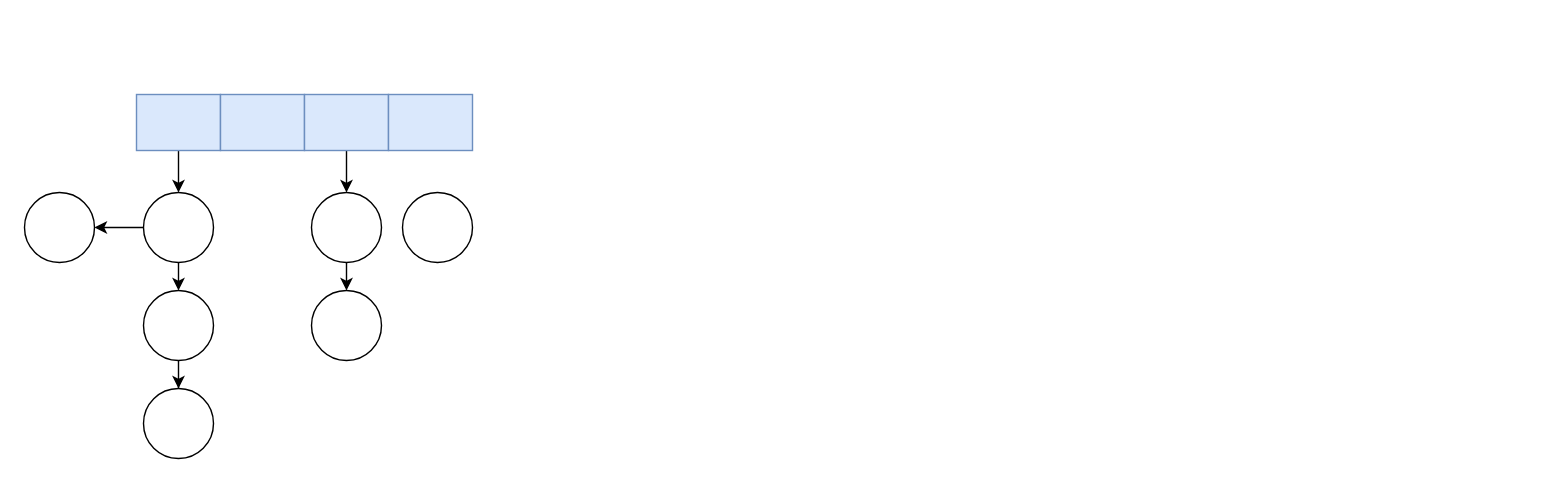
The draw.io diagram jvm/三色标记.drawio in erlieStar/diagrams, before the edit. Source tidied: cells renumbered, new cells numbered last; positions are measured from the earlier drawing's top-left corner, leaving out a move shared by most shapes. Both pictures are drawn from the tidied source at 140%, with x=0, y=0 at pixel (24, 94).
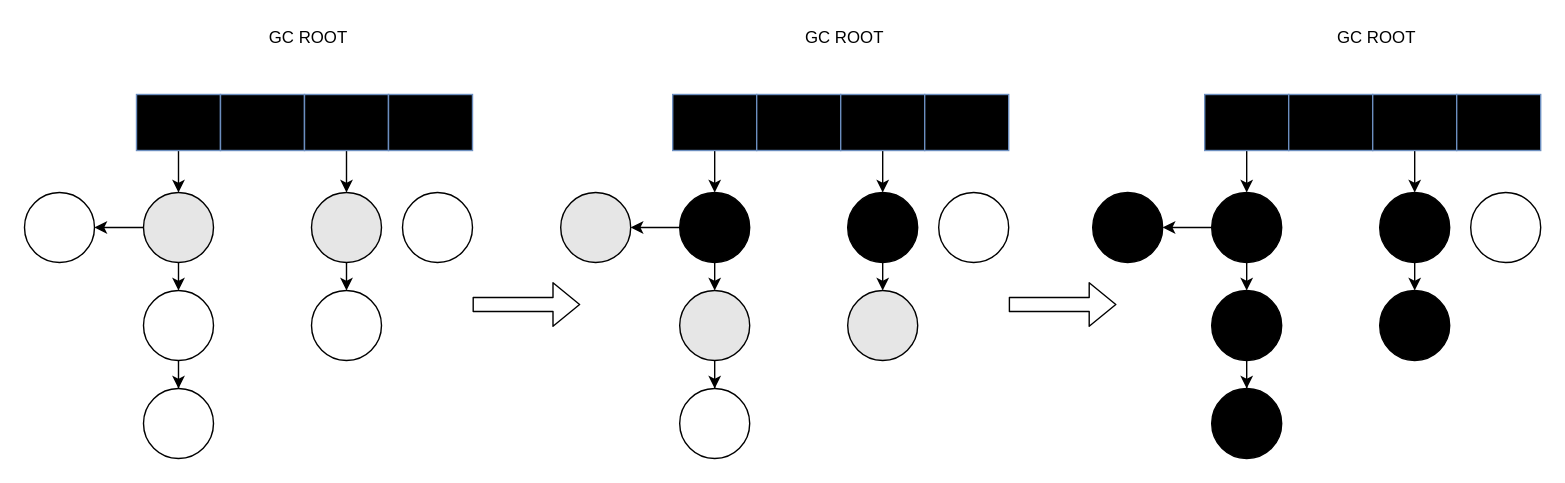
After the change.

Change to the diagram source:
```diff
@@
-    <mxCell id="4" style="ellipse;whiteSpace=wrap;html=1;" parent="1" vertex="1">
+    <mxCell id="4" style="ellipse;whiteSpace=wrap;html=1;fillColor=#E6E6E6;" parent="1" vertex="1">
       <mxGeometry x="85" y="70" width="50" height="50" as="geometry" />
     </mxCell>
@@
-    <mxCell id="10" style="ellipse;whiteSpace=wrap;html=1;" parent="1" vertex="1">
+    <mxCell id="10" style="ellipse;whiteSpace=wrap;html=1;fillColor=#E6E6E6;" parent="1" vertex="1">
       <mxGeometry x="205" y="70" width="50" height="50" as="geometry" />
     </mxCell>
@@
-    <mxCell id="14" style="rounded=0;whiteSpace=wrap;html=1;fillColor=#dae8fc;strokeColor=#6c8ebf;" parent="1" vertex="1">
+    <mxCell id="14" style="rounded=0;whiteSpace=wrap;html=1;strokeColor=#6c8ebf;fillColor=#000000;" parent="1" vertex="1">
       <mxGeometry x="80" width="60" height="40" as="geometry" />
     </mxCell>
-    <mxCell id="15" style="rounded=0;whiteSpace=wrap;html=1;fillColor=#dae8fc;strokeColor=#6c8ebf;" parent="1" vertex="1">
+    <mxCell id="15" style="rounded=0;whiteSpace=wrap;html=1;strokeColor=#6c8ebf;fillColor=#000000;" parent="1" vertex="1">
       <mxGeometry x="140" width="60" height="40" as="geometry" />
     </mxCell>
@@
-    <mxCell id="17" style="rounded=0;whiteSpace=wrap;html=1;fillColor=#dae8fc;strokeColor=#6c8ebf;" parent="1" vertex="1">
+    <mxCell id="17" style="rounded=0;whiteSpace=wrap;html=1;strokeColor=#6c8ebf;fillColor=#000000;" parent="1" vertex="1">
       <mxGeometry x="200" width="60" height="40" as="geometry" />
     </mxCell>
-    <mxCell id="18" style="rounded=0;whiteSpace=wrap;html=1;fillColor=#dae8fc;strokeColor=#6c8ebf;" parent="1" vertex="1">
+    <mxCell id="18" style="rounded=0;whiteSpace=wrap;html=1;strokeColor=#6c8ebf;fillColor=#000000;" parent="1" vertex="1">
       <mxGeometry x="260" width="60" height="40" as="geometry" />
     </mxCell>
+    <mxCell id="19" value="GC ROOT" style="text;html=1;strokeColor=none;fillColor=none;align=center;verticalAlign=middle;whiteSpace=wrap;rounded=0;" parent="1" vertex="1">
+      <mxGeometry x="160" y="-50" width="86" height="20" as="geometry" />
+    </mxCell>
+    <mxCell id="20" style="edgeStyle=orthogonalEdgeStyle;rounded=0;jettySize=auto;html=1;" parent="1" edge="1" source="22" target="25">
+      <mxGeometry relative="1" as="geometry" />
+    </mxCell>
+    <mxCell id="21" style="edgeStyle=orthogonalEdgeStyle;rounded=0;jettySize=auto;html=1;exitX=0.5;exitY=1;exitDx=0;exitDy=0;entryX=0.5;entryY=0;entryDx=0;entryDy=0;" parent="1" edge="1" source="22" target="24">
+      <mxGeometry relative="1" as="geometry" />
+    </mxCell>
+    <mxCell id="22" style="ellipse;whiteSpace=wrap;html=1;fillColor=#000000;" parent="1" vertex="1">
+      <mxGeometry x="468" y="70" width="50" height="50" as="geometry" />
+    </mxCell>
+    <mxCell id="23" style="edgeStyle=orthogonalEdgeStyle;rounded=0;jettySize=auto;html=1;entryX=0.5;entryY=0;entryDx=0;entryDy=0;" parent="1" edge="1" source="24" target="26">
+      <mxGeometry relative="1" as="geometry" />
+    </mxCell>
+    <mxCell id="24" style="ellipse;whiteSpace=wrap;html=1;fillColor=#E6E6E6;" parent="1" vertex="1">
+      <mxGeometry x="468" y="140" width="50" height="50" as="geometry" />
+    </mxCell>
+    <mxCell id="25" style="ellipse;whiteSpace=wrap;html=1;fillColor=#E6E6E6;" parent="1" vertex="1">
+      <mxGeometry x="383" y="70" width="50" height="50" as="geometry" />
+    </mxCell>
+    <mxCell id="26" style="ellipse;whiteSpace=wrap;html=1;" parent="1" vertex="1">
+      <mxGeometry x="468" y="210" width="50" height="50" as="geometry" />
+    </mxCell>
+    <mxCell id="27" style="edgeStyle=orthogonalEdgeStyle;rounded=0;jettySize=auto;html=1;exitX=0.5;exitY=1;exitDx=0;exitDy=0;entryX=0.5;entryY=0;entryDx=0;entryDy=0;" parent="1" edge="1" source="28" target="29">
+      <mxGeometry relative="1" as="geometry" />
+    </mxCell>
+    <mxCell id="28" style="ellipse;whiteSpace=wrap;html=1;fillColor=#000000;" parent="1" vertex="1">
+      <mxGeometry x="588" y="70" width="50" height="50" as="geometry" />
+    </mxCell>
+    <mxCell id="29" style="ellipse;whiteSpace=wrap;html=1;fillColor=#E6E6E6;" parent="1" vertex="1">
+      <mxGeometry x="588" y="140" width="50" height="50" as="geometry" />
+    </mxCell>
+    <mxCell id="30" style="ellipse;whiteSpace=wrap;html=1;" parent="1" vertex="1">
+      <mxGeometry x="653" y="70" width="50" height="50" as="geometry" />
+    </mxCell>
+    <mxCell id="31" style="edgeStyle=orthogonalEdgeStyle;rounded=0;jettySize=auto;html=1;exitX=0.5;exitY=1;exitDx=0;exitDy=0;entryX=0.5;entryY=0;entryDx=0;entryDy=0;" parent="1" edge="1" source="32" target="22">
+      <mxGeometry relative="1" as="geometry" />
+    </mxCell>
+    <mxCell id="32" style="rounded=0;whiteSpace=wrap;html=1;strokeColor=#6c8ebf;fillColor=#000000;" parent="1" vertex="1">
+      <mxGeometry x="463" width="60" height="40" as="geometry" />
+    </mxCell>
+    <mxCell id="33" style="rounded=0;whiteSpace=wrap;html=1;strokeColor=#6c8ebf;fillColor=#000000;" parent="1" vertex="1">
+      <mxGeometry x="523" width="60" height="40" as="geometry" />
+    </mxCell>
+    <mxCell id="34" style="edgeStyle=orthogonalEdgeStyle;rounded=0;jettySize=auto;html=1;exitX=0.5;exitY=1;exitDx=0;exitDy=0;entryX=0.5;entryY=0;entryDx=0;entryDy=0;" parent="1" edge="1" source="35" target="28">
+      <mxGeometry relative="1" as="geometry" />
+    </mxCell>
+    <mxCell id="35" style="rounded=0;whiteSpace=wrap;html=1;strokeColor=#6c8ebf;fillColor=#000000;" parent="1" vertex="1">
+      <mxGeometry x="583" width="60" height="40" as="geometry" />
+    </mxCell>
+    <mxCell id="36" style="rounded=0;whiteSpace=wrap;html=1;strokeColor=#6c8ebf;fillColor=#000000;" parent="1" vertex="1">
+      <mxGeometry x="643" width="60" height="40" as="geometry" />
+    </mxCell>
+    <mxCell id="37" value="GC ROOT" style="text;html=1;strokeColor=none;fillColor=none;align=center;verticalAlign=middle;whiteSpace=wrap;rounded=0;" parent="1" vertex="1">
+      <mxGeometry x="543" y="-50" width="86" height="20" as="geometry" />
+    </mxCell>
+    <mxCell id="38" style="edgeStyle=orthogonalEdgeStyle;rounded=0;jettySize=auto;html=1;" parent="1" edge="1" source="40" target="43">
+      <mxGeometry relative="1" as="geometry" />
+    </mxCell>
+    <mxCell id="39" style="edgeStyle=orthogonalEdgeStyle;rounded=0;jettySize=auto;html=1;exitX=0.5;exitY=1;exitDx=0;exitDy=0;entryX=0.5;entryY=0;entryDx=0;entryDy=0;" parent="1" edge="1" source="40" target="42">
+      <mxGeometry relative="1" as="geometry" />
+    </mxCell>
+    <mxCell id="40" style="ellipse;whiteSpace=wrap;html=1;fillColor=#000000;" parent="1" vertex="1">
+      <mxGeometry x="848" y="70" width="50" height="50" as="geometry" />
+    </mxCell>
+    <mxCell id="41" style="edgeStyle=orthogonalEdgeStyle;rounded=0;jettySize=auto;html=1;entryX=0.5;entryY=0;entryDx=0;entryDy=0;" parent="1" edge="1" source="42" target="44">
+      <mxGeometry relative="1" as="geometry" />
+    </mxCell>
+    <mxCell id="42" style="ellipse;whiteSpace=wrap;html=1;fillColor=#000000;" parent="1" vertex="1">
+      <mxGeometry x="848" y="140" width="50" height="50" as="geometry" />
+    </mxCell>
+    <mxCell id="43" style="ellipse;whiteSpace=wrap;html=1;fillColor=#000000;" parent="1" vertex="1">
+      <mxGeometry x="763" y="70" width="50" height="50" as="geometry" />
+    </mxCell>
+    <mxCell id="44" style="ellipse;whiteSpace=wrap;html=1;fillColor=#000000;" parent="1" vertex="1">
+      <mxGeometry x="848" y="210" width="50" height="50" as="geometry" />
+    </mxCell>
+    <mxCell id="45" style="edgeStyle=orthogonalEdgeStyle;rounded=0;jettySize=auto;html=1;exitX=0.5;exitY=1;exitDx=0;exitDy=0;entryX=0.5;entryY=0;entryDx=0;entryDy=0;" parent="1" edge="1" source="46" target="47">
+      <mxGeometry relative="1" as="geometry" />
+    </mxCell>
+    <mxCell id="46" style="ellipse;whiteSpace=wrap;html=1;fillColor=#000000;" parent="1" vertex="1">
+      <mxGeometry x="968" y="70" width="50" height="50" as="geometry" />
+    </mxCell>
+    <mxCell id="47" style="ellipse;whiteSpace=wrap;html=1;fillColor=#000000;" parent="1" vertex="1">
+      <mxGeometry x="968" y="140" width="50" height="50" as="geometry" />
+    </mxCell>
+    <mxCell id="48" style="ellipse;whiteSpace=wrap;html=1;" parent="1" vertex="1">
+      <mxGeometry x="1033" y="70" width="50" height="50" as="geometry" />
+    </mxCell>
+    <mxCell id="49" style="edgeStyle=orthogonalEdgeStyle;rounded=0;jettySize=auto;html=1;exitX=0.5;exitY=1;exitDx=0;exitDy=0;entryX=0.5;entryY=0;entryDx=0;entryDy=0;" parent="1" edge="1" source="50" target="40">
+      <mxGeometry relative="1" as="geometry" />
+    </mxCell>
+    <mxCell id="50" style="rounded=0;whiteSpace=wrap;html=1;strokeColor=#6c8ebf;fillColor=#000000;" parent="1" vertex="1">
+      <mxGeometry x="843" width="60" height="40" as="geometry" />
+    </mxCell>
+    <mxCell id="51" style="rounded=0;whiteSpace=wrap;html=1;strokeColor=#6c8ebf;fillColor=#000000;" parent="1" vertex="1">
+      <mxGeometry x="903" width="60" height="40" as="geometry" />
+    </mxCell>
+    <mxCell id="52" style="edgeStyle=orthogonalEdgeStyle;rounded=0;jettySize=auto;html=1;exitX=0.5;exitY=1;exitDx=0;exitDy=0;entryX=0.5;entryY=0;entryDx=0;entryDy=0;" parent="1" edge="1" source="53" target="46">
+      <mxGeometry relative="1" as="geometry" />
+    </mxCell>
+    <mxCell id="53" style="rounded=0;whiteSpace=wrap;html=1;strokeColor=#6c8ebf;fillColor=#000000;" parent="1" vertex="1">
+      <mxGeometry x="963" width="60" height="40" as="geometry" />
+    </mxCell>
+    <mxCell id="54" style="rounded=0;whiteSpace=wrap;html=1;strokeColor=#6c8ebf;fillColor=#000000;" parent="1" vertex="1">
+      <mxGeometry x="1023" width="60" height="40" as="geometry" />
+    </mxCell>
+    <mxCell id="55" value="GC ROOT" style="text;html=1;strokeColor=none;fillColor=none;align=center;verticalAlign=middle;whiteSpace=wrap;rounded=0;" parent="1" vertex="1">
+      <mxGeometry x="923" y="-50" width="86" height="20" as="geometry" />
+    </mxCell>
+    <mxCell id="56" style="shape=flexArrow;endArrow=classic;html=1;" parent="1" edge="1">
+      <mxGeometry relative="1" as="geometry">
+        <mxPoint x="320" y="150" as="sourcePoint" />
+        <mxPoint x="397" y="150" as="targetPoint" />
+      </mxGeometry>
+    </mxCell>
+    <mxCell id="57" style="shape=flexArrow;endArrow=classic;html=1;" parent="1" edge="1">
+      <mxGeometry relative="1" as="geometry">
+        <mxPoint x="703" y="150" as="sourcePoint" />
+        <mxPoint x="780" y="150" as="targetPoint" />
+      </mxGeometry>
+    </mxCell>
```
